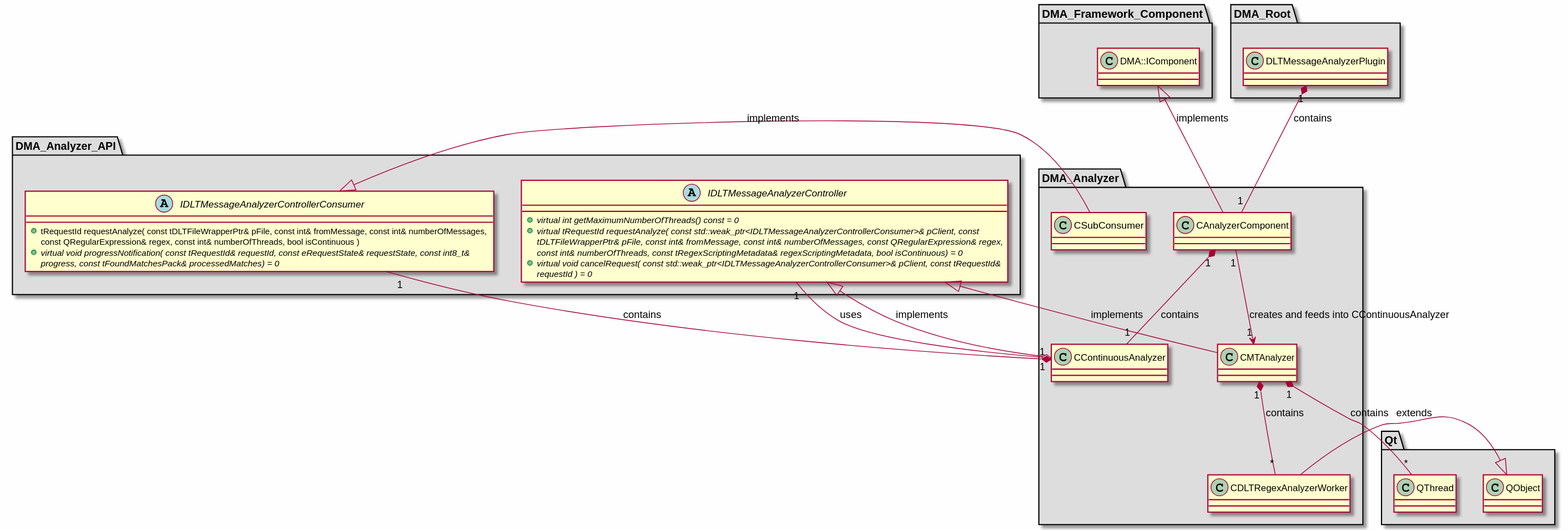
Before: md/dev_docs/puml/DMA_Analyzer.svg, a diagram exported from PlantUML (svlad-90/DLT-Message-Analyzer).
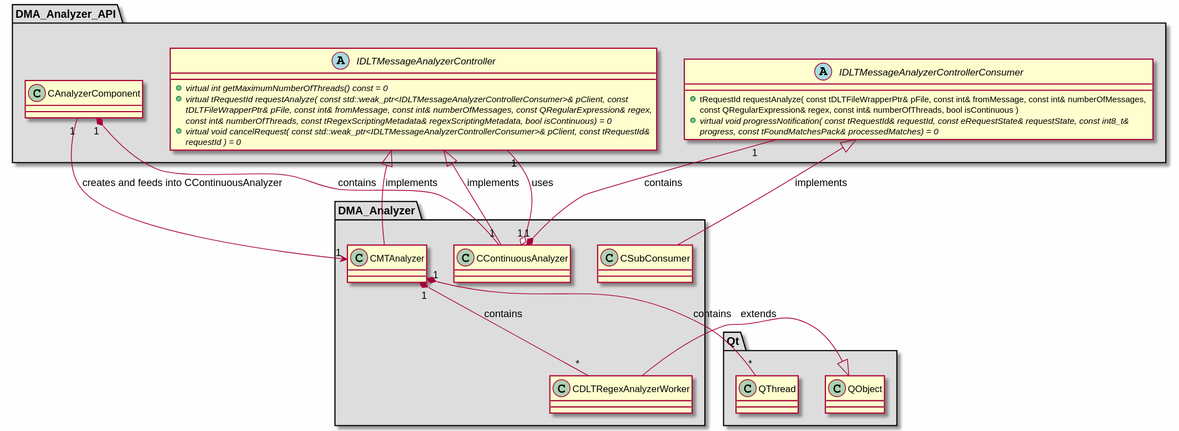
Later version of the same file.

Change to the diagram source:
```diff
@@ -4,10 +4,6 @@
 skinparam wrapWidth 600
 package "DMA_Analyzer" #DDDDDD
 {
-
-class "CAnalyzerComponent"
-{
-}
 
 class "CContinuousAnalyzer"
 {
@@ -30,6 +26,10 @@
 package "DMA_Analyzer_API" #DDDDDD
 {
 
+class "CAnalyzerComponent"
+{
+}
+
 abstract class "IDLTMessageAnalyzerController"
 {
     + {abstract} virtual int getMaximumNumberOfThreads() const = 0
@@ -41,24 +41,6 @@
 {
     + tRequestId requestAnalyze( const tDLTFileWrapperPtr& pFile, const int& fromMessage, const int& numberOfMessages, const QRegularExpression& regex, const int& numberOfThreads, bool isContinuous )
     + {abstract} virtual void progressNotification( const tRequestId& requestId, const eRequestState& requestState, const int8_t& progress, const tFoundMatchesPack& processedMatches) = 0
-}
-
-}
-
-package "DMA_Framework_Component" #DDDDDD
-{
-
-class "DMA::IComponent"
-{
-}
-
-}
-
-package "DMA_Root" #DDDDDD
-{
-
-class "DLTMessageAnalyzerPlugin"
-{
 }
 
 }
@@ -76,18 +58,16 @@
 
 }
 
-DMA::IComponent <|-- CAnalyzerComponent : implements
 IDLTMessageAnalyzerController <|-- CContinuousAnalyzer : implements
 QObject <|-- CDLTRegexAnalyzerWorker : extends
 IDLTMessageAnalyzerController <|-- CMTAnalyzer : implements
 IDLTMessageAnalyzerControllerConsumer <|-- CSubConsumer : implements
 
-CAnalyzerComponent "1" *-- "1" CContinuousAnalyzer : contains
-CAnalyzerComponent "1" --> "1" CMTAnalyzer : creates and feeds into CContinuousAnalyzer
 CContinuousAnalyzer "1" o-- "1" IDLTMessageAnalyzerController : uses
 CContinuousAnalyzer "1" *-- "1" IDLTMessageAnalyzerControllerConsumer : contains
 CMTAnalyzer "1" *-- "*" CDLTRegexAnalyzerWorker : contains
 CMTAnalyzer "1" *-- "*" QThread : contains
-DLTMessageAnalyzerPlugin "1" *-- "1" CAnalyzerComponent : contains
+CAnalyzerComponent "1" *-- "1" CContinuousAnalyzer : contains
+CAnalyzerComponent "1" --> "1" CMTAnalyzer : creates and feeds into CContinuousAnalyzer
 
 @enduml
```
